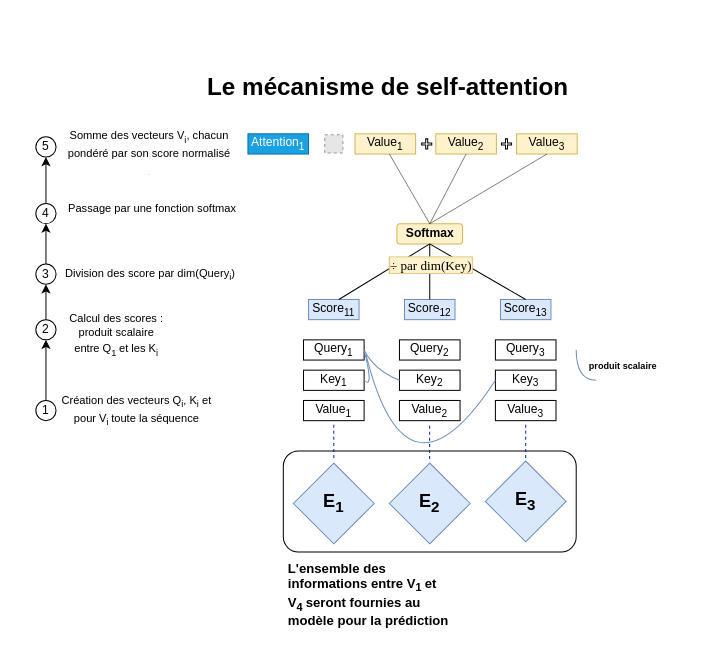
Basso42/BEHRT keeps this draw.io diagram as Attention_mechanism.drawio. Above is the earlier version. Source tidied: cells renumbered, new cells numbered last; positions are measured from the earlier drawing's top-left corner, leaving out a move shared by most shapes. Both pictures are drawn from the tidied source at 101%, with x=0, y=0 at pixel (35, 67). Pictures stored in the file or linked from it are replaced by grey dashed boxes.
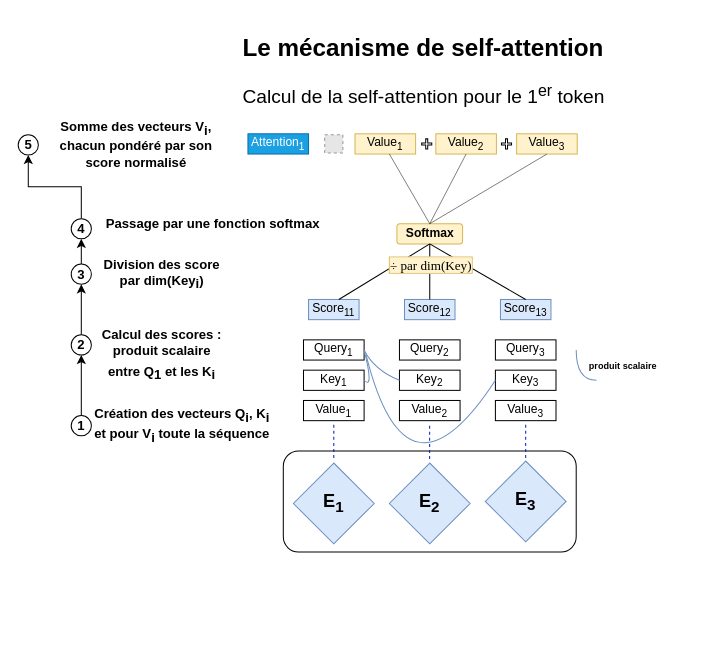
The same diagram, later.

Commit message:
Mettre à jour Attention_mechanism.drawio

Change to the diagram source:
```diff
@@
-    <mxCell id="6" value="&lt;h1&gt;Le mécanisme de self-attention&lt;br&gt;&lt;/h1&gt;&lt;p&gt;&lt;br&gt;&lt;/p&gt;" style="text;html=1;strokeColor=none;fillColor=none;spacing=5;spacingTop=-20;whiteSpace=wrap;overflow=hidden;rounded=0;" parent="1" vertex="1">
-      <mxGeometry x="165" width="500" height="40" as="geometry" />
-    </mxCell>
-    <mxCell id="7" value="&lt;h1 style=&quot;font-size: 13px;&quot;&gt;&lt;font style=&quot;font-size: 13px;&quot;&gt;L'ensemble des informations entre V&lt;sub style=&quot;&quot;&gt;1 &lt;/sub&gt;et V&lt;sub style=&quot;&quot;&gt;4 &lt;/sub&gt;seront fournies au modèle pour la prédiction &lt;br&gt;&lt;/font&gt;&lt;/h1&gt;&lt;h1 style=&quot;font-size: 13px;&quot;&gt;&lt;font style=&quot;font-size: 13px;&quot;&gt;&lt;sub&gt; &lt;/sub&gt;&lt;/font&gt;&lt;/h1&gt;" style="text;html=1;strokeColor=none;fillColor=none;spacing=5;spacingTop=-20;whiteSpace=wrap;overflow=hidden;rounded=0;" parent="1" vertex="1">
-      <mxGeometry x="245" y="490" width="170" height="70" as="geometry" />
-    </mxCell>
@@
-    <mxCell id="21" style="edgeStyle=orthogonalEdgeStyle;rounded=0;jettySize=auto;html=1;entryX=0.5;entryY=1;entryDx=0;entryDy=0;" parent="1" edge="1" source="22" target="23">
+    <mxCell id="21" style="edgeStyle=orthogonalEdgeStyle;rounded=0;jettySize=auto;html=1;entryX=0.5;entryY=1;entryDx=0;entryDy=0;fontSize=13;fontStyle=1;" parent="1" edge="1" source="22" target="23">
       <mxGeometry relative="1" as="geometry" />
     </mxCell>
-    <mxCell id="22" value="1" style="ellipse;whiteSpace=wrap;html=1;fillColor=default;" parent="1" vertex="1">
-      <mxGeometry y="330" width="20" height="20" as="geometry" />
+    <mxCell id="22" value="1" style="ellipse;whiteSpace=wrap;html=1;fillColor=default;fontSize=13;fontStyle=1;" parent="1" vertex="1">
+      <mxGeometry x="35" y="345" width="20" height="20" as="geometry" />
     </mxCell>
-    <mxCell id="23" value="2" style="ellipse;whiteSpace=wrap;html=1;fillColor=default;" parent="1" vertex="1">
-      <mxGeometry y="250" width="20" height="20" as="geometry" />
+    <mxCell id="23" value="2" style="ellipse;whiteSpace=wrap;html=1;fillColor=default;fontSize=13;fontStyle=1;" parent="1" vertex="1">
+      <mxGeometry x="35" y="265" width="20" height="20" as="geometry" />
     </mxCell>
-    <mxCell id="24" value="&lt;span style=&quot;font-size: 11px;&quot;&gt;Création des vecteurs Q&lt;sub&gt;i&lt;/sub&gt;, K&lt;sub&gt;i&lt;/sub&gt; et pour V&lt;sub&gt;i &lt;/sub&gt;toute la séquence&lt;/span&gt;" style="text;html=1;strokeColor=none;fillColor=none;align=center;verticalAlign=middle;whiteSpace=wrap;rounded=0;" parent="1" vertex="1">
-      <mxGeometry x="20" y="325" width="160" height="30" as="geometry" />
+    <mxCell id="24" value="&lt;span style=&quot;font-size: 13px;&quot;&gt;Création des vecteurs Q&lt;sub style=&quot;font-size: 13px;&quot;&gt;i&lt;/sub&gt;, K&lt;sub style=&quot;font-size: 13px;&quot;&gt;i&lt;/sub&gt; et pour V&lt;sub style=&quot;font-size: 13px;&quot;&gt;i &lt;/sub&gt;toute la séquence&lt;/span&gt;" style="text;html=1;strokeColor=none;fillColor=none;align=center;verticalAlign=middle;whiteSpace=wrap;rounded=0;fontSize=13;fontStyle=1;" parent="1" vertex="1">
+      <mxGeometry x="55" y="340" width="180" height="30" as="geometry" />
     </mxCell>
-    <mxCell id="25" value="&lt;font style=&quot;font-size: 11px;&quot;&gt;Calcul des scores : produit scalaire entre Q&lt;sub&gt;1&lt;/sub&gt;&lt;sup&gt; &lt;/sup&gt;et les K&lt;sub&gt;i&lt;br&gt;&lt;/sub&gt;&lt;/font&gt;" style="text;html=1;strokeColor=none;fillColor=none;align=center;verticalAlign=middle;whiteSpace=wrap;rounded=0;" parent="1" vertex="1">
-      <mxGeometry x="30" y="250" width="100" height="30" as="geometry" />
+    <mxCell id="25" value="&lt;font style=&quot;font-size: 13px;&quot;&gt;Calcul des scores : produit scalaire entre Q&lt;sub style=&quot;font-size: 13px;&quot;&gt;1&lt;/sub&gt;&lt;sup style=&quot;font-size: 13px;&quot;&gt; &lt;/sup&gt;et les K&lt;sub style=&quot;font-size: 13px;&quot;&gt;i&lt;br style=&quot;font-size: 13px;&quot;&gt;&lt;/sub&gt;&lt;/font&gt;" style="text;html=1;strokeColor=none;fillColor=none;align=center;verticalAlign=middle;whiteSpace=wrap;rounded=0;fontSize=13;fontStyle=1;" parent="1" vertex="1">
+      <mxGeometry x="60" y="270" width="130" height="30" as="geometry" />
     </mxCell>
@@
-    <mxCell id="27" value="&lt;font style=&quot;font-size: 11px;&quot;&gt;Division des score par dim(Query&lt;sub&gt;i&lt;/sub&gt;)&lt;/font&gt;" style="text;html=1;align=center;verticalAlign=middle;strokeColor=none;fillColor=none;" parent="1" vertex="1">
-      <mxGeometry x="18" y="190" width="190" height="30" as="geometry" />
-    </mxCell>
-    <mxCell id="28" value="&lt;font style=&quot;font-size: 11px;&quot;&gt;Passage par une fonction softmax&lt;/font&gt;" style="text;html=1;align=center;verticalAlign=middle;strokeColor=none;fillColor=none;" parent="1" vertex="1">
-      <mxGeometry x="20" y="125" width="190" height="30" as="geometry" />
+    <mxCell id="28" value="&lt;font style=&quot;font-size: 13px;&quot;&gt;Passage par une fonction softmax&lt;/font&gt;" style="text;html=1;align=center;verticalAlign=middle;strokeColor=none;fillColor=none;fontSize=13;fontStyle=1;" parent="1" vertex="1">
+      <mxGeometry x="55" y="140" width="240" height="30" as="geometry" />
     </mxCell>
-    <mxCell id="29" value="3" style="ellipse;whiteSpace=wrap;html=1;fillColor=default;" parent="1" vertex="1">
-      <mxGeometry y="195" width="20" height="20" as="geometry" />
+    <mxCell id="29" value="3" style="ellipse;whiteSpace=wrap;html=1;fillColor=default;fontSize=13;fontStyle=1;" parent="1" vertex="1">
+      <mxGeometry x="35" y="195" width="20" height="20" as="geometry" />
     </mxCell>
-    <mxCell id="30" style="edgeStyle=orthogonalEdgeStyle;rounded=0;jettySize=auto;html=1;exitX=0.5;exitY=0;exitDx=0;exitDy=0;entryX=0.5;entryY=1;entryDx=0;entryDy=0;" parent="1" edge="1" source="23" target="29">
+    <mxCell id="30" style="edgeStyle=orthogonalEdgeStyle;rounded=0;jettySize=auto;html=1;exitX=0.5;exitY=0;exitDx=0;exitDy=0;entryX=0.5;entryY=1;entryDx=0;entryDy=0;fontSize=13;fontStyle=1;" parent="1" edge="1" source="23" target="29">
       <mxGeometry relative="1" as="geometry" />
     </mxCell>
-    <mxCell id="31" style="edgeStyle=orthogonalEdgeStyle;rounded=0;jettySize=auto;html=1;exitX=0.5;exitY=0;exitDx=0;exitDy=0;entryX=0.5;entryY=1;entryDx=0;entryDy=0;" parent="1" edge="1" source="32" target="53">
+    <mxCell id="31" style="edgeStyle=orthogonalEdgeStyle;rounded=0;jettySize=auto;html=1;exitX=0.5;exitY=0;exitDx=0;exitDy=0;entryX=0.5;entryY=1;entryDx=0;entryDy=0;fontSize=13;fontStyle=1;" parent="1" edge="1" source="32" target="53">
       <mxGeometry relative="1" as="geometry" />
     </mxCell>
-    <mxCell id="32" value="4" style="ellipse;whiteSpace=wrap;html=1;fillColor=default;" parent="1" vertex="1">
-      <mxGeometry y="135" width="20" height="20" as="geometry" />
+    <mxCell id="32" value="4" style="ellipse;whiteSpace=wrap;html=1;fillColor=default;fontSize=13;fontStyle=1;" parent="1" vertex="1">
+      <mxGeometry x="35" y="150" width="20" height="20" as="geometry" />
     </mxCell>
@@
-    <mxCell id="47" style="edgeStyle=orthogonalEdgeStyle;rounded=0;jettySize=auto;html=1;exitX=0.5;exitY=0;exitDx=0;exitDy=0;" parent="1" edge="1" source="29">
+    <mxCell id="47" style="edgeStyle=orthogonalEdgeStyle;rounded=0;jettySize=auto;html=1;exitX=0.5;exitY=0;exitDx=0;exitDy=0;fontSize=13;fontStyle=1;" parent="1" edge="1" source="29">
       <mxGeometry relative="1" as="geometry">
-        <mxPoint x="10" y="155" as="targetPoint" />
+        <mxPoint x="45" y="170" as="targetPoint" />
       </mxGeometry>
     </mxCell>
@@
-    <mxCell id="53" value="&lt;div&gt;5&lt;/div&gt;" style="ellipse;whiteSpace=wrap;html=1;fillColor=default;" parent="1" vertex="1">
-      <mxGeometry y="69" width="20" height="20" as="geometry" />
+    <mxCell id="53" value="&lt;div style=&quot;font-size: 13px;&quot;&gt;5&lt;/div&gt;" style="ellipse;whiteSpace=wrap;html=1;fillColor=default;fontSize=13;fontStyle=1;" parent="1" vertex="1">
+      <mxGeometry x="-17.5" y="67" width="20" height="20" as="geometry" />
     </mxCell>
-    <mxCell id="54" value="&lt;div&gt;&lt;font style=&quot;font-size: 11px;&quot;&gt;Somme des vecteurs V&lt;sub&gt;i&lt;/sub&gt;, chacun pondéré par son score normalisé&lt;br&gt;&lt;/font&gt;&lt;/div&gt;&lt;div&gt;&lt;font style=&quot;font-size: 11px;&quot;&gt;&lt;sub style=&quot;font-size: 1px;&quot;&gt;c&lt;/sub&gt;&lt;/font&gt;&lt;font style=&quot;font-size: 8px;&quot;&gt;&lt;sub&gt;&lt;br&gt;&lt;/sub&gt;&lt;/font&gt;&lt;/div&gt; " style="text;html=1;strokeColor=none;fillColor=none;align=center;verticalAlign=middle;whiteSpace=wrap;rounded=0;" parent="1" vertex="1">
-      <mxGeometry x="30" y="69" width="165" height="30" as="geometry" />
+    <mxCell id="54" value="&lt;div style=&quot;font-size: 13px;&quot;&gt;&lt;font style=&quot;font-size: 13px;&quot;&gt;Somme des vecteurs V&lt;sub style=&quot;font-size: 13px;&quot;&gt;i&lt;/sub&gt;, chacun pondéré par son score normalisé&lt;br style=&quot;font-size: 13px;&quot;&gt;&lt;/font&gt;&lt;/div&gt;&lt;div style=&quot;font-size: 13px;&quot;&gt;&lt;font style=&quot;font-size: 13px;&quot;&gt;&lt;sub style=&quot;font-size: 13px;&quot;&gt;&lt;br style=&quot;font-size: 13px;&quot;&gt;&lt;/sub&gt;&lt;/font&gt;&lt;/div&gt; " style="text;html=1;strokeColor=none;fillColor=none;align=center;verticalAlign=middle;whiteSpace=wrap;rounded=0;fontSize=13;fontStyle=1;" parent="1" vertex="1">
+      <mxGeometry x="12.5" y="71" width="172.5" height="30" as="geometry" />
     </mxCell>
@@
+    <mxCell id="58" value="&lt;h1&gt;Le mécanisme de self-attention &lt;br&gt;&lt;/h1&gt;&lt;p align=&quot;center&quot; style=&quot;font-size: 19px;&quot;&gt;Calcul de la self-attention pour le 1&lt;sup&gt;er&lt;/sup&gt; token&lt;br&gt;&lt;/p&gt;" style="text;html=1;strokeColor=none;fillColor=none;spacing=5;spacingTop=-20;whiteSpace=wrap;overflow=hidden;rounded=0;" parent="1" vertex="1">
+      <mxGeometry x="200" y="-39" width="380" height="120" as="geometry" />
+    </mxCell>
+    <mxCell id="59" value="&lt;b&gt;&lt;font style=&quot;font-size: 13px;&quot;&gt;Division des score par dim(Key&lt;sub style=&quot;font-size: 13px;&quot;&gt;i&lt;/sub&gt;)&lt;/font&gt;&lt;/b&gt;" style="text;html=1;strokeColor=none;fillColor=none;align=center;verticalAlign=middle;whiteSpace=wrap;rounded=0;" parent="1" vertex="1">
+      <mxGeometry x="65" y="190" width="120" height="30" as="geometry" />
+    </mxCell>
```
